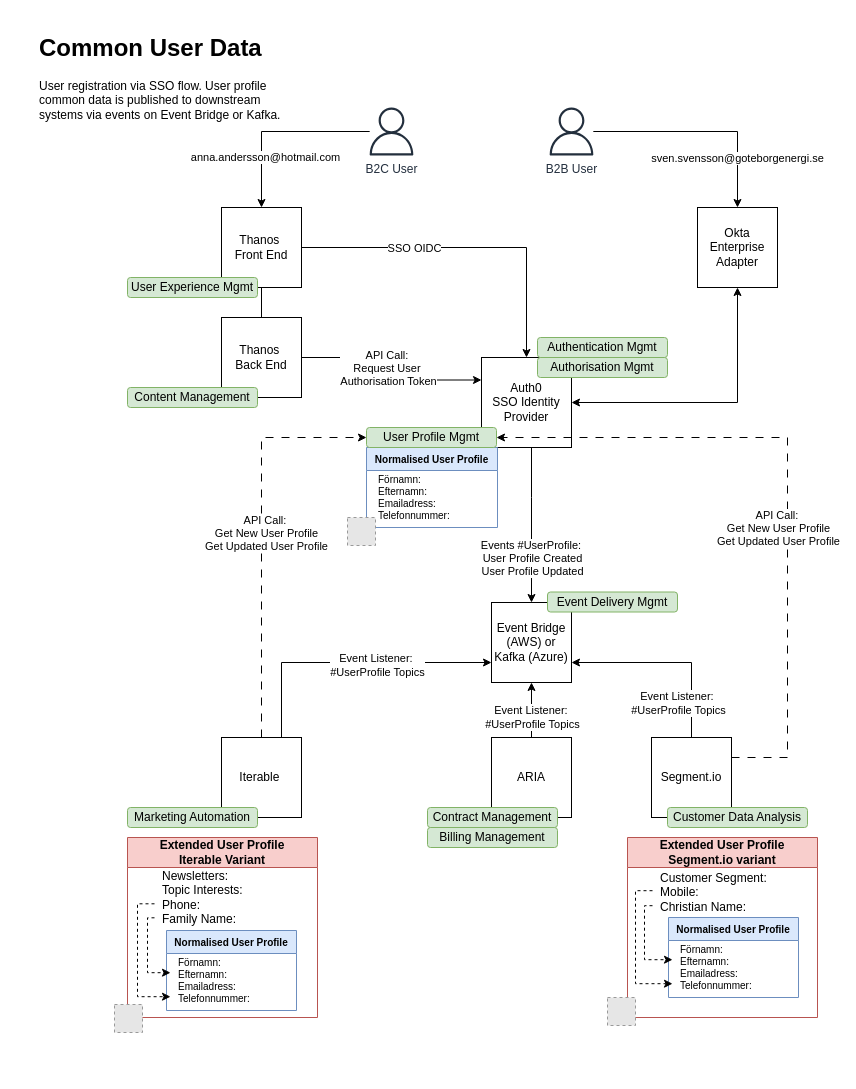
Before: page "Non-paying customers" (1 of 2) of Customer user data flow - to-be scenario.drawio in SLM-Development/diagrams, a draw.io diagram. Source tidied: cells renumbered, new cells numbered last; positions are measured from the earlier drawing's top-left corner, leaving out a move shared by most shapes. Both pictures are drawn from the tidied source at 100%, with x=0, y=0 at pixel (37, 27). Pictures stored in the file or linked from it are replaced by grey dashed boxes.
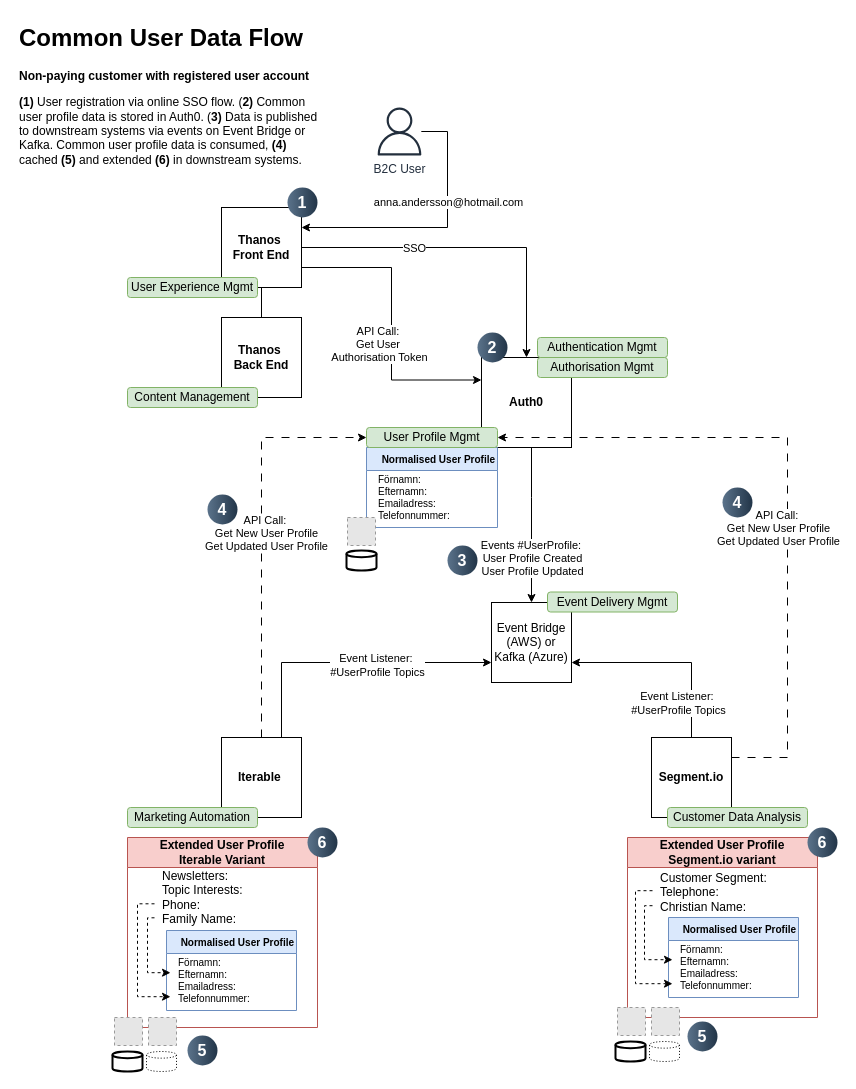
The same page after the edit.

The change refers to these unchanged cells:
```xml
<mxCell id="2" style="edgeStyle=orthogonalEdgeStyle;rounded=0;jettySize=auto;html=1;exitX=1;exitY=0.5;exitDx=0;exitDy=0;entryX=0.5;entryY=0;entryDx=0;entryDy=0;strokeColor=#000000;" parent="1" edge="1" source="4" target="7">
  <mxGeometry relative="1" as="geometry" />
</mxCell>
<mxCell id="17" value="Event Bridge (AWS) or Kafka (Azure)" style="whiteSpace=wrap;html=1;strokeColor=#000000;" parent="1" vertex="1">
  <mxGeometry x="454" y="575" width="80" height="80" as="geometry" />
</mxCell>
<mxCell id="40" value="Extended User Profile&lt;div&gt;Segment.io variant&lt;/div&gt;" style="swimlane;whiteSpace=wrap;html=1;fillColor=#f8cecc;strokeColor=#b85450;startSize=30;" parent="1" vertex="1">
  <mxGeometry x="590" y="810" width="190" height="180" as="geometry" />
</mxCell>
```

Diff of the diagram source:
```diff
@@
-    <mxCell id="3" value="SSO OIDC" style="edgeLabel;html=1;align=center;verticalAlign=middle;" parent="2" vertex="1">
+    <mxCell id="3" value="SSO" style="edgeLabel;html=1;align=center;verticalAlign=middle;" parent="2" vertex="1">
       <mxGeometry x="-0.33" relative="1" as="geometry" />
     </mxCell>
-    <mxCell id="4" value="Thanos&amp;nbsp;&lt;div&gt;Front End&lt;/div&gt;" style="whiteSpace=wrap;html=1;strokeColor=#000000;" parent="1" vertex="1">
+    <mxCell id="4" value="Thanos&amp;nbsp;&lt;div&gt;Front End&lt;/div&gt;" style="whiteSpace=wrap;html=1;strokeColor=#000000;fontStyle=1;" parent="1" vertex="1">
       <mxGeometry x="184" y="180" width="80" height="80" as="geometry" />
     </mxCell>
@@
-    <mxCell id="7" value="Auth0&lt;div&gt;SSO Identity Provider&lt;/div&gt;" style="whiteSpace=wrap;html=1;strokeColor=#000000;" parent="1" vertex="1">
+    <mxCell id="7" value="Auth0" style="whiteSpace=wrap;html=1;strokeColor=#000000;fontStyle=1;" parent="1" vertex="1">
       <mxGeometry x="444" y="330" width="90" height="90" as="geometry" />
     </mxCell>
-    <mxCell id="8" value="ARIA" style="whiteSpace=wrap;html=1;strokeColor=#000000;" parent="1" vertex="1">
-      <mxGeometry x="454" y="710" width="80" height="80" as="geometry" />
-    </mxCell>
@@
-    <mxCell id="13" value="&lt;div&gt;Iterable&amp;nbsp;&lt;/div&gt;" style="whiteSpace=wrap;html=1;strokeColor=#000000;" parent="1" vertex="1">
+    <mxCell id="13" value="&lt;div&gt;Iterable&amp;nbsp;&lt;/div&gt;" style="whiteSpace=wrap;html=1;strokeColor=#000000;fontStyle=1;" parent="1" vertex="1">
       <mxGeometry x="184" y="710" width="80" height="80" as="geometry" />
     </mxCell>
-    <mxCell id="14" style="edgeStyle=orthogonalEdgeStyle;rounded=0;jettySize=auto;html=1;entryX=0.5;entryY=0;entryDx=0;entryDy=0;strokeColor=#000000;" parent="1" edge="1" source="56" target="4">
-      <mxGeometry relative="1" as="geometry" />
-    </mxCell>
-    <mxCell id="15" value="anna.andersson@hotmail.com" style="edgeLabel;html=1;align=center;verticalAlign=middle;" parent="14" vertex="1">
-      <mxGeometry x="0.45" y="3" relative="1" as="geometry" />
-    </mxCell>
-    <mxCell id="16" value="Segment.io" style="whiteSpace=wrap;html=1;strokeColor=#000000;" parent="1" vertex="1">
+    <mxCell id="16" value="Segment.io" style="whiteSpace=wrap;html=1;strokeColor=#000000;fontStyle=1;" parent="1" vertex="1">
       <mxGeometry x="614" y="710" width="80" height="80" as="geometry" />
     </mxCell>
@@
-    <mxCell id="20" style="edgeStyle=orthogonalEdgeStyle;rounded=0;jettySize=auto;html=1;entryX=0.5;entryY=1;entryDx=0;entryDy=0;strokeColor=#000000;exitX=0.5;exitY=0;exitDx=0;exitDy=0;" parent="1" edge="1" source="8" target="17">
-      <mxGeometry relative="1" as="geometry" />
-    </mxCell>
-    <mxCell id="21" value="Event Listener:&amp;nbsp;&lt;div&gt;#UserProfile Topics&lt;/div&gt;" style="edgeLabel;html=1;align=center;verticalAlign=middle;" parent="20" vertex="1">
-      <mxGeometry x="0.19" y="-2" relative="1" as="geometry">
-        <mxPoint x="-2" y="12" as="offset" />
-      </mxGeometry>
-    </mxCell>
-    <mxCell id="22" value="sven.svensson@goteborgenergi.se" style="edgeStyle=orthogonalEdgeStyle;rounded=0;jettySize=auto;html=1;entryX=0.5;entryY=0;entryDx=0;entryDy=0;strokeColor=#000000;" parent="1" edge="1" source="57" target="24">
-      <mxGeometry x="0.55" relative="1" as="geometry" />
-    </mxCell>
-    <mxCell id="23" style="edgeStyle=orthogonalEdgeStyle;rounded=0;jettySize=auto;html=1;exitX=0.5;exitY=1;exitDx=0;exitDy=0;entryX=1;entryY=0.5;entryDx=0;entryDy=0;strokeColor=#000000;startArrow=classic;startFill=1;" parent="1" edge="1" source="24" target="7">
-      <mxGeometry relative="1" as="geometry" />
-    </mxCell>
-    <mxCell id="24" value="Okta Enterprise Adapter" style="whiteSpace=wrap;html=1;strokeColor=#000000;" parent="1" vertex="1">
-      <mxGeometry x="660" y="180" width="80" height="80" as="geometry" />
-    </mxCell>
@@
-    <mxCell id="26" value="Contract Management" style="rounded=1;whiteSpace=wrap;html=1;fillColor=#d5e8d4;strokeColor=#82b366;" parent="1" vertex="1">
-      <mxGeometry x="390" y="780" width="130" height="20" as="geometry" />
-    </mxCell>
-    <mxCell id="27" value="Billing Management" style="rounded=1;whiteSpace=wrap;html=1;fillColor=#d5e8d4;strokeColor=#82b366;" parent="1" vertex="1">
-      <mxGeometry x="390" y="800" width="130" height="20" as="geometry" />
-    </mxCell>
@@
-    <mxCell id="33" style="edgeStyle=orthogonalEdgeStyle;rounded=0;jettySize=auto;html=1;entryX=0;entryY=0.25;entryDx=0;entryDy=0;" parent="1" edge="1" source="35" target="7">
+    <mxCell id="33" style="edgeStyle=orthogonalEdgeStyle;rounded=0;jettySize=auto;html=1;entryX=0;entryY=0.25;entryDx=0;entryDy=0;exitX=1;exitY=0.75;exitDx=0;exitDy=0;" parent="1" edge="1" source="4" target="7">
       <mxGeometry relative="1" as="geometry" />
     </mxCell>
-    <mxCell id="34" value="API Call:&amp;nbsp;&lt;div&gt;Request User&amp;nbsp;&lt;/div&gt;&lt;div&gt;Authorisation Token&lt;/div&gt;" style="edgeLabel;html=1;align=center;verticalAlign=middle;" parent="33" vertex="1">
+    <mxCell id="34" value="API Call:&amp;nbsp;&lt;div&gt;Get User&amp;nbsp;&lt;/div&gt;&lt;div&gt;Authorisation Token&lt;/div&gt;" style="edgeLabel;html=1;align=center;verticalAlign=middle;" parent="33" vertex="1">
       <mxGeometry x="0.21" y="1" relative="1" as="geometry">
         <mxPoint x="-14" y="-11" as="offset" />
       </mxGeometry>
     </mxCell>
-    <mxCell id="35" value="Thanos&amp;nbsp;&lt;div&gt;Back End&lt;/div&gt;" style="whiteSpace=wrap;html=1;strokeColor=#000000;" parent="1" vertex="1">
+    <mxCell id="35" value="Thanos&amp;nbsp;&lt;div&gt;Back End&lt;/div&gt;" style="whiteSpace=wrap;html=1;strokeColor=#000000;fontStyle=1;" parent="1" vertex="1">
       <mxGeometry x="184" y="290" width="80" height="80" as="geometry" />
     </mxCell>
@@
-    <mxCell id="38" value="Normalised User Profile" style="swimlane;whiteSpace=wrap;html=1;fillColor=#dae8fc;strokeColor=#6c8ebf;fontSize=10;" parent="1" vertex="1">
+    <mxCell id="38" value="Normalised User Profile" style="swimlane;whiteSpace=wrap;html=1;fillColor=#dae8fc;strokeColor=#6c8ebf;fontSize=10;align=right;" parent="1" vertex="1">
       <mxGeometry x="329" y="420" width="131" height="80" as="geometry" />
     </mxCell>
@@
-    <mxCell id="41" value="Customer Segment:&lt;div&gt;Mobile:&amp;nbsp;&lt;/div&gt;&lt;div&gt;Christian Name:&lt;/div&gt;" style="text;html=1;align=left;verticalAlign=middle;points=[[0,0.47,0,-6,0],[0,0.72,0,-6,0]];strokeColor=none;fillColor=none;fontStyle=0;" parent="40" vertex="1">
+    <mxCell id="41" value="Customer Segment:&lt;div&gt;Telephone:&amp;nbsp;&lt;/div&gt;&lt;div&gt;Christian Name:&lt;/div&gt;" style="text;html=1;align=left;verticalAlign=middle;points=[[0,0.47,0,-6,0],[0,0.72,0,-6,0]];strokeColor=none;fillColor=none;fontStyle=0;" parent="40" vertex="1">
       <mxGeometry x="31" y="25" width="130" height="60" as="geometry" />
     </mxCell>
-    <mxCell id="42" value="Normalised User Profile" style="swimlane;whiteSpace=wrap;html=1;fillColor=#dae8fc;strokeColor=#6c8ebf;fontSize=10;" parent="40" vertex="1">
+    <mxCell id="42" value="Normalised User Profile" style="swimlane;whiteSpace=wrap;html=1;fillColor=#dae8fc;strokeColor=#6c8ebf;fontSize=10;align=right;" parent="40" vertex="1">
       <mxGeometry x="41" y="80" width="130" height="80" as="geometry" />
     </mxCell>
@@
     <mxCell id="46" value="Extended User Profile&lt;div style=&quot;font-size: 12px;&quot;&gt;Iterable Variant&lt;/div&gt;" style="swimlane;whiteSpace=wrap;html=1;fillColor=#f8cecc;strokeColor=#b85450;startSize=30;fontSize=12;" parent="1" vertex="1">
-      <mxGeometry x="90" y="810" width="190" height="180" as="geometry" />
+      <mxGeometry x="90" y="810" width="190" height="190" as="geometry" />
     </mxCell>
@@
-    <mxCell id="48" value="Normalised User Profile" style="swimlane;whiteSpace=wrap;html=1;fillColor=#dae8fc;strokeColor=#6c8ebf;fontSize=10;" parent="46" vertex="1">
+    <mxCell id="48" value="Normalised User Profile" style="swimlane;whiteSpace=wrap;html=1;fillColor=#dae8fc;strokeColor=#6c8ebf;fontSize=10;align=right;" parent="46" vertex="1">
       <mxGeometry x="39" y="93" width="130" height="80" as="geometry" />
     </mxCell>
@@
     <mxCell id="52" value="User Profile Mgmt" style="rounded=1;whiteSpace=wrap;html=1;fillColor=#d5e8d4;strokeColor=#82b366;" parent="1" vertex="1">
-      <mxGeometry x="329" y="400" width="130" height="20" as="geometry" />
+      <mxGeometry x="329" y="400" width="131" height="20" as="geometry" />
     </mxCell>
@@
+    <mxCell id="14" style="edgeStyle=orthogonalEdgeStyle;rounded=0;jettySize=auto;html=1;entryX=1;entryY=0.25;entryDx=0;entryDy=0;" parent="1" edge="1" source="56" target="4">
+      <mxGeometry relative="1" as="geometry">
+        <Array as="points">
+          <mxPoint x="410" y="104" />
+          <mxPoint x="410" y="200" />
+        </Array>
+      </mxGeometry>
+    </mxCell>
+    <mxCell id="15" value="anna.andersson@hotmail.com" style="edgeLabel;html=1;align=center;verticalAlign=middle;" parent="14" vertex="1">
+      <mxGeometry x="-0.37" y="-2" relative="1" as="geometry">
+        <mxPoint x="2" y="13" as="offset" />
+      </mxGeometry>
+    </mxCell>
     <mxCell id="56" value="B2C User" style="sketch=0;outlineConnect=0;fontColor=#232F3E;gradientColor=none;fillColor=#232F3D;strokeColor=none;dashed=0;verticalLabelPosition=bottom;verticalAlign=top;align=center;html=1;fontSize=12;fontStyle=0;shape=mxgraph.aws4.user;" parent="1" vertex="1">
-      <mxGeometry x="330" y="80" width="48" height="48" as="geometry" />
+      <mxGeometry x="338" y="80" width="48" height="48" as="geometry" />
     </mxCell>
-    <mxCell id="57" value="B2B User" style="sketch=0;outlineConnect=0;fontColor=#232F3E;gradientColor=none;fillColor=#232F3D;strokeColor=none;dashed=0;verticalLabelPosition=bottom;verticalAlign=top;align=center;html=1;fontSize=12;fontStyle=0;shape=mxgraph.aws4.user;" parent="1" vertex="1">
-      <mxGeometry x="510" y="80" width="48" height="48" as="geometry" />
-    </mxCell>
     <mxCell id="58" style="fillColor=#E6E6E6;strokeColor=#999999;dashed=1;verticalLabelPosition=bottom;labelBackgroundColor=default;verticalAlign=top;" parent="1" vertex="1">
-      <mxGeometry x="570" y="970" width="28" height="28" as="geometry" />
+      <mxGeometry x="580" y="980" width="28" height="28" as="geometry" />
     </mxCell>
@@
     <mxCell id="60" style="fillColor=#E6E6E6;strokeColor=#999999;dashed=1;verticalLabelPosition=bottom;labelBackgroundColor=default;verticalAlign=top;" parent="1" vertex="1">
-      <mxGeometry x="77" y="977" width="28" height="28" as="geometry" />
+      <mxGeometry x="77" y="990" width="28" height="28" as="geometry" />
     </mxCell>
-    <mxCell id="61" value="&lt;h1 style=&quot;margin-top: 0px;&quot;&gt;Common User Data&lt;/h1&gt;&lt;p&gt;User registration via SSO flow. User profile common data is published to downstream systems via events on Event Bridge or Kafka.&lt;/p&gt;" style="text;html=1;whiteSpace=wrap;overflow=hidden;rounded=0;" parent="1" vertex="1">
-      <mxGeometry width="270" height="120" as="geometry" />
+    <mxCell id="61" value="&lt;h1 style=&quot;margin-top: 0px;&quot;&gt;Common User Data Flow&lt;/h1&gt;&lt;p&gt;&lt;b&gt;Non-paying customer with registered user account&lt;/b&gt;&lt;/p&gt;&lt;p&gt;&lt;b&gt;(1) &lt;/b&gt;User registration via online SSO flow. (&lt;b&gt;2)&lt;/b&gt; Common user profile data is stored in Auth0. (&lt;b&gt;3)&lt;/b&gt; Data is published to downstream systems via events on Event Bridge or Kafka. Common user profile data is consumed, &lt;b&gt;(4)&lt;/b&gt; cached&amp;nbsp;&lt;b&gt;(5)&lt;/b&gt; and extended &lt;b&gt;(6)&lt;/b&gt; in downstream systems.&lt;/p&gt;" style="text;html=1;whiteSpace=wrap;overflow=hidden;rounded=0;" parent="1" vertex="1">
+      <mxGeometry x="-20" y="-10" width="310" height="160" as="geometry" />
     </mxCell>
+    <mxCell id="62" value="1" style="ellipse;whiteSpace=wrap;html=1;rotation=0;gradientColor=#223548;strokeColor=none;gradientDirection=east;fillColor=#5b738b;rounded=0;fontFamily=Helvetica;fontSize=16;fontColor=#FFFFFF;spacingTop=4;spacingBottom=4;spacingLeft=4;spacingRight=4;fontStyle=1;" parent="1" vertex="1">
+      <mxGeometry x="250" y="160" width="30" height="30" as="geometry" />
+    </mxCell>
+    <mxCell id="63" value="2" style="ellipse;whiteSpace=wrap;html=1;rotation=0;gradientColor=#223548;strokeColor=none;gradientDirection=east;fillColor=#5b738b;rounded=0;fontFamily=Helvetica;fontSize=16;fontColor=#FFFFFF;spacingTop=4;spacingBottom=4;spacingLeft=4;spacingRight=4;fontStyle=1;" parent="1" vertex="1">
+      <mxGeometry x="440" y="305" width="30" height="30" as="geometry" />
+    </mxCell>
+    <mxCell id="64" value="3" style="ellipse;whiteSpace=wrap;html=1;rotation=0;gradientColor=#223548;strokeColor=none;gradientDirection=east;fillColor=#5b738b;rounded=0;fontFamily=Helvetica;fontSize=16;fontColor=#FFFFFF;spacingTop=4;spacingBottom=4;spacingLeft=4;spacingRight=4;fontStyle=1;" parent="1" vertex="1">
+      <mxGeometry x="410" y="518" width="30" height="30" as="geometry" />
+    </mxCell>
+    <mxCell id="65" value="4" style="ellipse;whiteSpace=wrap;html=1;rotation=0;gradientColor=#223548;strokeColor=none;gradientDirection=east;fillColor=#5b738b;rounded=0;fontFamily=Helvetica;fontSize=16;fontColor=#FFFFFF;spacingTop=4;spacingBottom=4;spacingLeft=4;spacingRight=4;fontStyle=1;" parent="1" vertex="1">
+      <mxGeometry x="170" y="467" width="30" height="30" as="geometry" />
+    </mxCell>
+    <mxCell id="66" value="4" style="ellipse;whiteSpace=wrap;html=1;rotation=0;gradientColor=#223548;strokeColor=none;gradientDirection=east;fillColor=#5b738b;rounded=0;fontFamily=Helvetica;fontSize=16;fontColor=#FFFFFF;spacingTop=4;spacingBottom=4;spacingLeft=4;spacingRight=4;fontStyle=1;" parent="1" vertex="1">
+      <mxGeometry x="685" y="460" width="30" height="30" as="geometry" />
+    </mxCell>
+    <mxCell id="67" value="5" style="ellipse;whiteSpace=wrap;html=1;rotation=0;gradientColor=#223548;strokeColor=none;gradientDirection=east;fillColor=#5b738b;rounded=0;fontFamily=Helvetica;fontSize=16;fontColor=#FFFFFF;spacingTop=4;spacingBottom=4;spacingLeft=4;spacingRight=4;fontStyle=1;" parent="1" vertex="1">
+      <mxGeometry x="150" y="1008" width="30" height="30" as="geometry" />
+    </mxCell>
+    <mxCell id="68" value="5" style="ellipse;whiteSpace=wrap;html=1;rotation=0;gradientColor=#223548;strokeColor=none;gradientDirection=east;fillColor=#5b738b;rounded=0;fontFamily=Helvetica;fontSize=16;fontColor=#FFFFFF;spacingTop=4;spacingBottom=4;spacingLeft=4;spacingRight=4;fontStyle=1;" parent="1" vertex="1">
+      <mxGeometry x="650" y="994" width="30" height="30" as="geometry" />
+    </mxCell>
+    <mxCell id="69" style="fillColor=#E6E6E6;strokeColor=#999999;dashed=1;verticalLabelPosition=bottom;labelBackgroundColor=default;verticalAlign=top;" parent="1" vertex="1">
+      <mxGeometry x="111" y="990" width="28" height="28" as="geometry" />
+    </mxCell>
+    <mxCell id="70" style="fillColor=#E6E6E6;strokeColor=#999999;dashed=1;verticalLabelPosition=bottom;labelBackgroundColor=default;verticalAlign=top;" parent="1" vertex="1">
+      <mxGeometry x="614" y="980" width="28" height="28" as="geometry" />
+    </mxCell>
+    <mxCell id="71" style="strokeWidth=2;html=1;shape=mxgraph.flowchart.database;whiteSpace=wrap;" parent="1" vertex="1">
+      <mxGeometry x="309" y="523" width="30" height="20" as="geometry" />
+    </mxCell>
+    <mxCell id="72" style="strokeWidth=1;html=1;shape=mxgraph.flowchart.database;whiteSpace=wrap;dashed=1;dashPattern=1 2;" parent="1" vertex="1">
+      <mxGeometry x="109" y="1024" width="30" height="20" as="geometry" />
+    </mxCell>
+    <mxCell id="73" style="strokeWidth=2;html=1;shape=mxgraph.flowchart.database;whiteSpace=wrap;" parent="1" vertex="1">
+      <mxGeometry x="75" y="1024" width="30" height="20" as="geometry" />
+    </mxCell>
+    <mxCell id="74" style="strokeWidth=1;html=1;shape=mxgraph.flowchart.database;whiteSpace=wrap;dashed=1;dashPattern=1 2;" parent="1" vertex="1">
+      <mxGeometry x="612" y="1014" width="30" height="20" as="geometry" />
+    </mxCell>
+    <mxCell id="75" style="strokeWidth=2;html=1;shape=mxgraph.flowchart.database;whiteSpace=wrap;" parent="1" vertex="1">
+      <mxGeometry x="578" y="1014" width="30" height="20" as="geometry" />
+    </mxCell>
+    <mxCell id="76" value="6" style="ellipse;whiteSpace=wrap;html=1;rotation=0;gradientColor=#223548;strokeColor=none;gradientDirection=east;fillColor=#5b738b;rounded=0;fontFamily=Helvetica;fontSize=16;fontColor=#FFFFFF;spacingTop=4;spacingBottom=4;spacingLeft=4;spacingRight=4;fontStyle=1;" parent="1" vertex="1">
+      <mxGeometry x="270" y="800" width="30" height="30" as="geometry" />
+    </mxCell>
+    <mxCell id="77" value="6" style="ellipse;whiteSpace=wrap;html=1;rotation=0;gradientColor=#223548;strokeColor=none;gradientDirection=east;fillColor=#5b738b;rounded=0;fontFamily=Helvetica;fontSize=16;fontColor=#FFFFFF;spacingTop=4;spacingBottom=4;spacingLeft=4;spacingRight=4;fontStyle=1;" parent="1" vertex="1">
+      <mxGeometry x="770" y="800" width="30" height="30" as="geometry" />
+    </mxCell>
```
